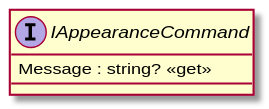
Above: UML/AppearanceCommands/IAppearanceCommand.svg in leo-tasso/VolumeKsharp (PlantUML), before the change. Its diagram source:
```plantuml
@startuml
interface IAppearanceCommand {
    Message : string? <<get>>
}
@enduml
```
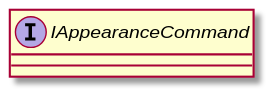
Later version of the same file.

The edit, as a diff of the source:
```diff
@@ -1,5 +1,4 @@
 @startuml
 interface IAppearanceCommand {
-    Message : string? <<get>>
 }
 @enduml
```
